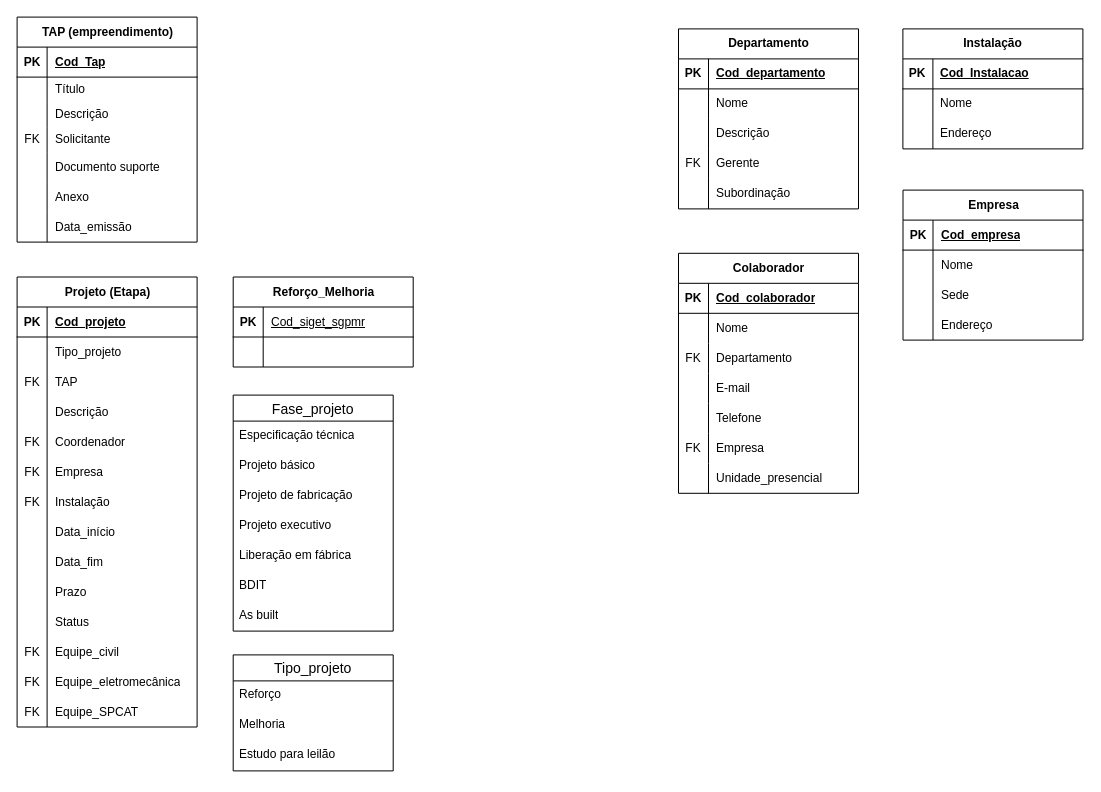
This is page "Modelo Funcional" (2 of 2) of Ativos de produção.drawio from danielpiupiu/Projetos, a draw.io file, before an edit. Source tidied: cells renumbered, new cells numbered last; positions are measured from the earlier drawing's top-left corner, leaving out a move shared by most shapes. Both pictures are drawn from the tidied source at 100%, with x=0, y=0 at pixel (17, 17).
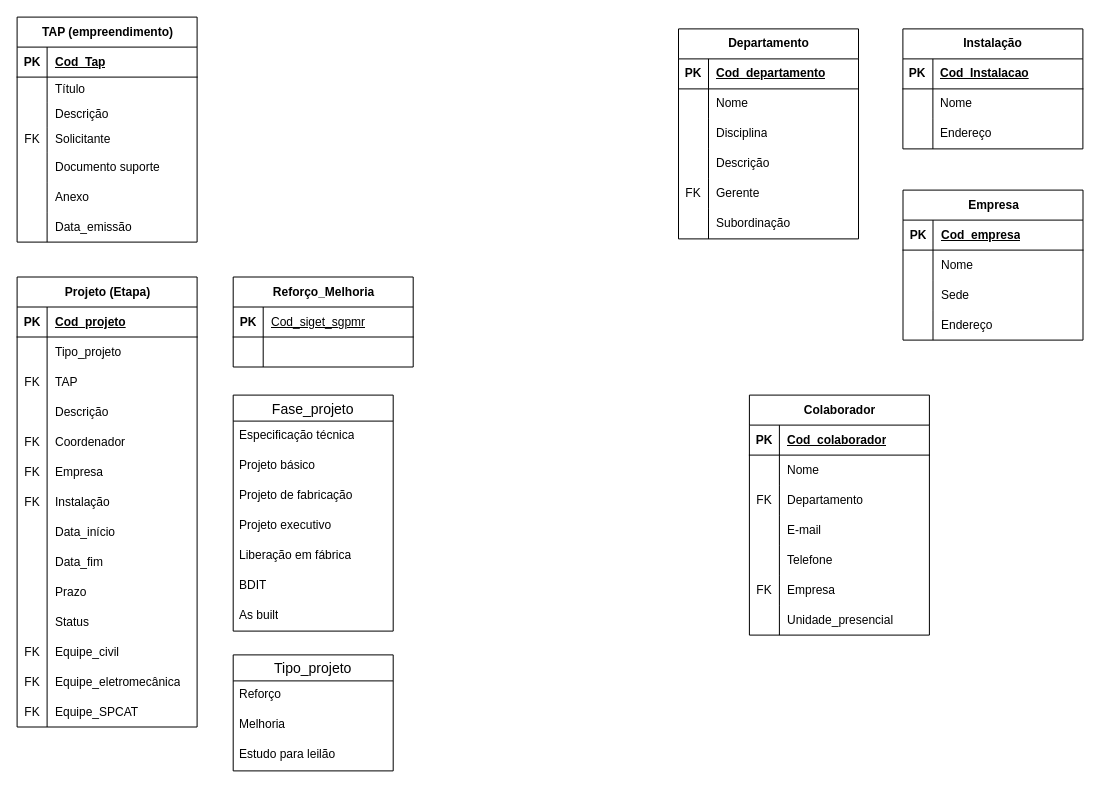
The same diagram, later.

Diff of the diagram source:
```diff
@@
     <mxCell id="24" value="Colaborador" style="shape=table;startSize=30;childLayout=tableLayout;rowLines=0;fontStyle=1;align=center;html=1;" parent="1" vertex="1">
-      <mxGeometry x="661" y="235.8" width="180" height="240" as="geometry" />
+      <mxGeometry x="731.9" y="377.6" width="180" height="240" as="geometry" />
     </mxCell>
@@
     <mxCell id="46" value="Departamento" style="shape=table;startSize=30;childLayout=tableLayout;rowLines=0;fontStyle=1;align=center;html=1;" parent="1" vertex="1">
-      <mxGeometry x="661" y="11.4" width="180" height="180" as="geometry" />
+      <mxGeometry x="661" y="11.4" width="180" height="210" as="geometry" />
     </mxCell>
@@
+    <mxCell id="147" style="shape=tableRow;horizontal=0;startSize=0;swimlaneHead=0;swimlaneBody=0;fillColor=none;top=0;left=0;right=0;bottom=0;" parent="46" vertex="1">
+      <mxGeometry y="90" width="180" height="30" as="geometry" />
+    </mxCell>
+    <mxCell id="148" style="shape=partialRectangle;fillColor=none;top=0;left=0;bottom=0;right=0;overflow=hidden;whiteSpace=wrap;html=1;" parent="147" vertex="1">
+      <mxGeometry width="30" height="30" as="geometry" />
+    </mxCell>
+    <mxCell id="149" value="Disciplina" style="shape=partialRectangle;fillColor=none;top=0;left=0;bottom=0;right=0;align=left;spacingLeft=6;overflow=hidden;whiteSpace=wrap;html=1;" parent="147" vertex="1">
+      <mxGeometry x="30" width="150" height="30" as="geometry" />
+    </mxCell>
     <mxCell id="53" style="shape=tableRow;horizontal=0;startSize=0;swimlaneHead=0;swimlaneBody=0;fillColor=none;top=0;left=0;right=0;bottom=0;" parent="46" vertex="1">
-      <mxGeometry y="90" width="180" height="30" as="geometry" />
+      <mxGeometry y="120" width="180" height="30" as="geometry" />
     </mxCell>
@@
     <mxCell id="56" style="shape=tableRow;horizontal=0;startSize=0;swimlaneHead=0;swimlaneBody=0;fillColor=none;top=0;left=0;right=0;bottom=0;" parent="46" vertex="1">
-      <mxGeometry y="120" width="180" height="30" as="geometry" />
+      <mxGeometry y="150" width="180" height="30" as="geometry" />
     </mxCell>
@@
     <mxCell id="59" style="shape=tableRow;horizontal=0;startSize=0;swimlaneHead=0;swimlaneBody=0;fillColor=none;top=0;left=0;right=0;bottom=0;" parent="46" vertex="1">
-      <mxGeometry y="150" width="180" height="30" as="geometry" />
+      <mxGeometry y="180" width="180" height="30" as="geometry" />
     </mxCell>
```
